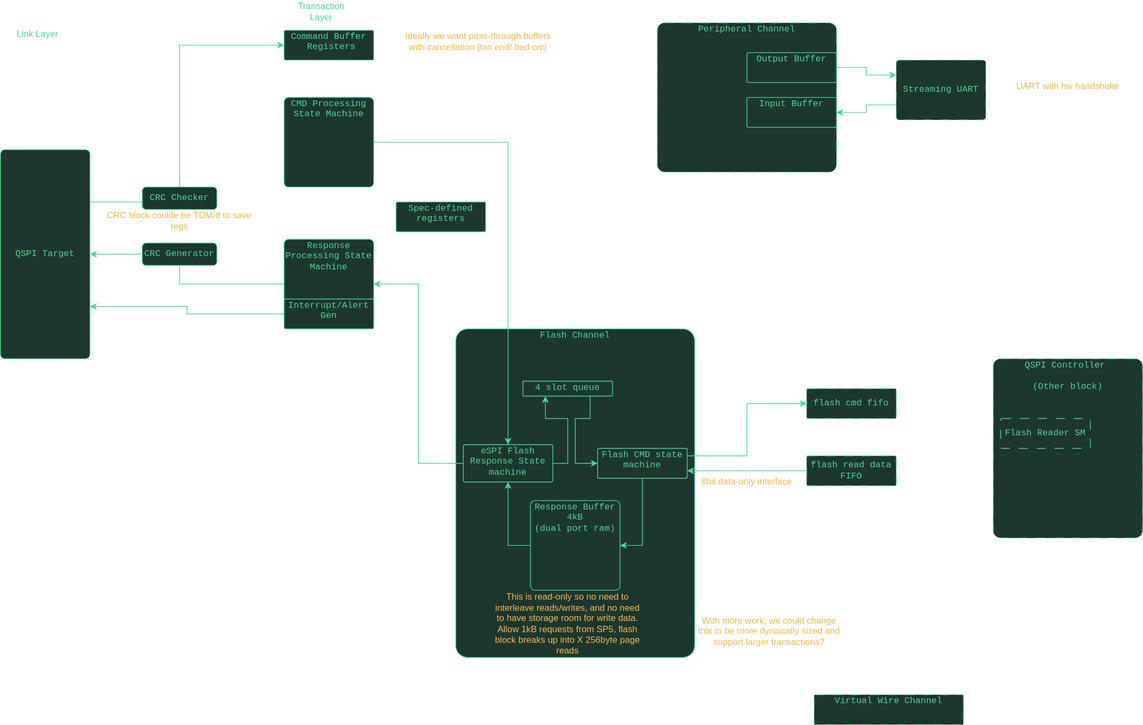
oxidecomputer/quartz keeps this draw.io diagram as hdl/ip/vhd/espi/docs/espi_block.drawio.svg. Above is the earlier version. Source tidied: cells renumbered, new cells last; positions are measured from the earlier drawing's top-left corner, leaving out a move shared by most shapes.
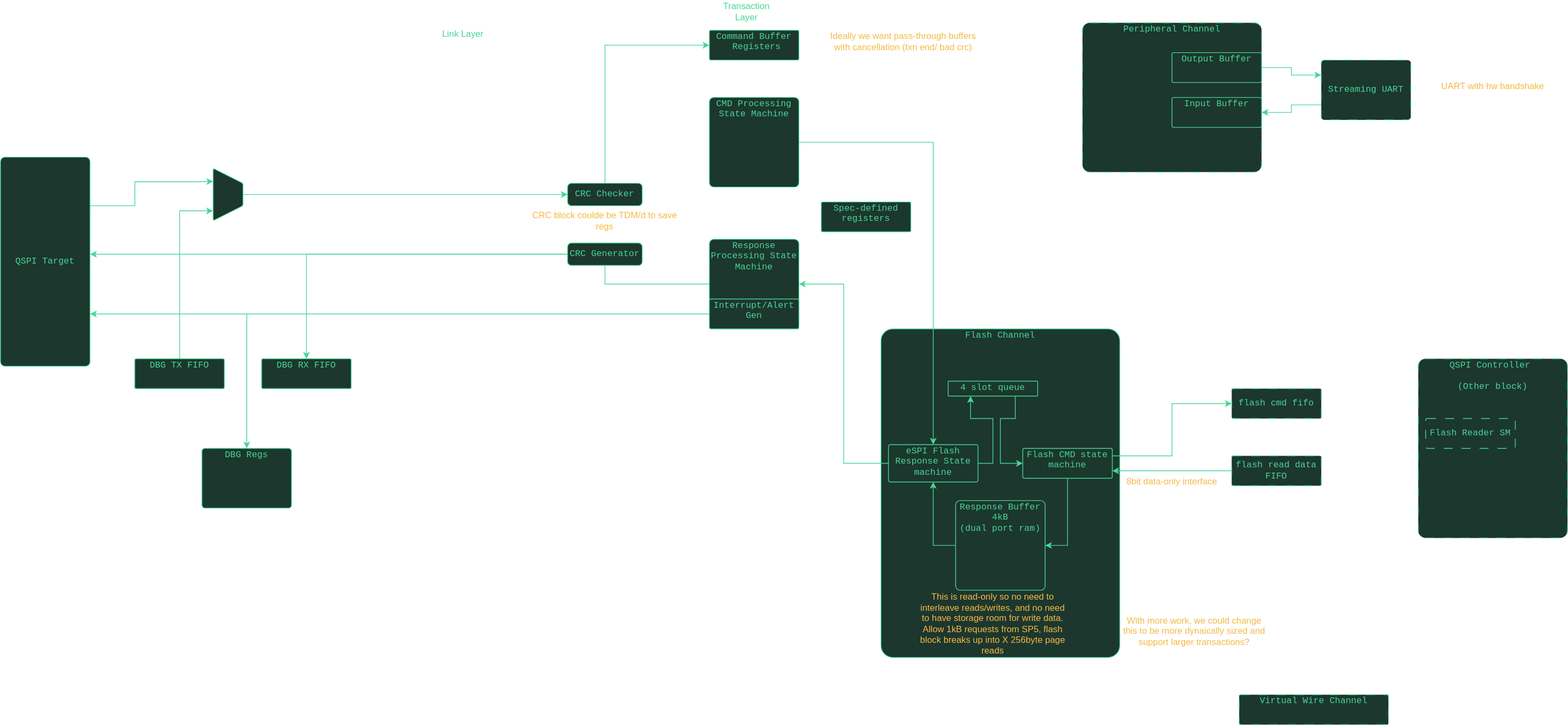
Later version of the same file.

Diff of the diagram source:
```diff
@@ -3,7 +3,7 @@
     <mxCell id="0" />
     <mxCell id="1" parent="0" />
     <mxCell id="2" value="QSPI Target" style="rounded=1;whiteSpace=wrap;html=1;fontFamily=Courier New;verticalAlign=middle;spacing=-3;strokeWidth=1;fillColor=#1C372E;fontColor=#48d597;strokeColor=#48d597;arcSize=5;" parent="1" vertex="1">
-      <mxGeometry y="200" width="120" height="280" as="geometry" />
+      <mxGeometry x="-570" y="210" width="120" height="280" as="geometry" />
     </mxCell>
     <mxCell id="3" value="Command Buffer&lt;div&gt;&amp;nbsp;Registers&lt;/div&gt;" style="rounded=1;whiteSpace=wrap;html=1;fontFamily=Courier New;verticalAlign=top;spacing=-3;strokeWidth=1;fillColor=#1C372E;fontColor=#48d597;strokeColor=#48d597;arcSize=5;labelPosition=center;verticalLabelPosition=middle;align=center;" parent="1" vertex="1">
       <mxGeometry x="380" y="40" width="120" height="40" as="geometry" />
@@ -26,10 +26,9 @@
     <mxCell id="9" value="Transaction Layer" style="text;html=1;align=center;verticalAlign=middle;whiteSpace=wrap;rounded=0;fontColor=#48D597;" parent="1" vertex="1">
       <mxGeometry x="400" width="60" height="30" as="geometry" />
     </mxCell>
-    <mxCell id="10" style="endArrow=classic;startArrow=none;html=1;rounded=0;exitX=1;exitY=0.25;exitDx=0;exitDy=0;entryX=0;entryY=0.5;entryDx=0;entryDy=0;strokeColor=#48D597;startFill=0;edgeStyle=orthogonalEdgeStyle;" parent="1" edge="1" source="2" target="3">
+    <mxCell id="10" style="endArrow=classic;startArrow=none;html=1;rounded=0;exitX=0.5;exitY=0;exitDx=0;exitDy=0;entryX=0;entryY=0.5;entryDx=0;entryDy=0;strokeColor=#48D597;startFill=0;edgeStyle=orthogonalEdgeStyle;" parent="1" edge="1" source="16" target="3">
       <mxGeometry relative="1" as="geometry">
         <Array as="points">
-          <mxPoint x="240" y="270" />
           <mxPoint x="240" y="60" />
         </Array>
       </mxGeometry>
@@ -54,9 +53,6 @@
     <mxCell id="15" value="CRC block coulde be TDM/d to save regs" style="text;html=1;align=center;verticalAlign=middle;whiteSpace=wrap;rounded=0;fontColor=#F5B944;" parent="1" vertex="1">
       <mxGeometry x="140" y="280" width="200" height="30" as="geometry" />
     </mxCell>
-    <mxCell id="16" value="CRC Checker" style="rounded=1;whiteSpace=wrap;html=1;fontFamily=Courier New;verticalAlign=middle;spacing=-3;strokeWidth=1;fillColor=#1C372E;fontColor=#48d597;strokeColor=#48d597;arcSize=17;" parent="1" vertex="1">
-      <mxGeometry x="190" y="250" width="100" height="30" as="geometry" />
-    </mxCell>
     <mxCell id="17" value="Output Buffer" style="rounded=1;whiteSpace=wrap;html=1;fontFamily=Courier New;verticalAlign=top;spacing=-3;strokeWidth=1;fillColor=#1C372E;fontColor=#48d597;strokeColor=#48d597;arcSize=5;labelPosition=center;verticalLabelPosition=middle;align=center;" parent="1" vertex="1">
       <mxGeometry x="1000" y="70" width="120" height="40" as="geometry" />
     </mxCell>
@@ -184,5 +180,60 @@
     <mxCell id="45" value="Interrupt/Alert Gen" style="rounded=1;whiteSpace=wrap;html=1;fontFamily=Courier New;verticalAlign=top;spacing=-3;strokeWidth=1;fillColor=#1C372E;fontColor=#48d597;strokeColor=#48d597;arcSize=5;" parent="1" vertex="1">
       <mxGeometry x="380" y="400" width="120" height="40" as="geometry" />
     </mxCell>
+    <mxCell id="46" value="DBG TX FIFO" style="rounded=1;whiteSpace=wrap;html=1;fontFamily=Courier New;verticalAlign=top;spacing=-3;strokeWidth=1;fillColor=#1C372E;fontColor=#48d597;strokeColor=#48d597;arcSize=5;labelPosition=center;verticalLabelPosition=middle;align=center;" parent="1" vertex="1">
+      <mxGeometry x="-390" y="480" width="120" height="40" as="geometry" />
+    </mxCell>
+    <mxCell id="47" value="DBG RX FIFO" style="rounded=1;whiteSpace=wrap;html=1;fontFamily=Courier New;verticalAlign=top;spacing=-3;strokeWidth=1;fillColor=#1C372E;fontColor=#48d597;strokeColor=#48d597;arcSize=5;labelPosition=center;verticalLabelPosition=middle;align=center;" parent="1" vertex="1">
+      <mxGeometry x="-220" y="480" width="120" height="40" as="geometry" />
+    </mxCell>
+    <mxCell id="48" value="DBG Regs" style="rounded=1;whiteSpace=wrap;html=1;fontFamily=Courier New;verticalAlign=top;spacing=-3;strokeWidth=1;fillColor=#1C372E;fontColor=#48d597;strokeColor=#48d597;arcSize=5;labelPosition=center;verticalLabelPosition=middle;align=center;" parent="1" vertex="1">
+      <mxGeometry x="-300" y="600" width="120" height="80" as="geometry" />
+    </mxCell>
+    <mxCell id="49" style="shape=trapezoid;perimeter=trapezoidPerimeter;whiteSpace=wrap;html=1;fixedSize=1;rounded=1;strokeColor=#48d597;strokeWidth=1;align=center;verticalAlign=top;spacing=-3;arcSize=5;fontFamily=Courier New;fontSize=12;fontColor=#48d597;fillColor=#1C372E;rotation=90;" parent="1" vertex="1">
+      <mxGeometry x="-300" y="240" width="70" height="40" as="geometry" />
+    </mxCell>
+    <mxCell id="50" style="endArrow=classic;startArrow=none;html=1;rounded=0;exitX=0.5;exitY=0;exitDx=0;exitDy=0;entryX=0;entryY=0.5;entryDx=0;entryDy=0;strokeColor=#48D597;startFill=0;edgeStyle=orthogonalEdgeStyle;" parent="1" edge="1" source="49" target="16">
+      <mxGeometry relative="1" as="geometry">
+        <Array as="points">
+          <mxPoint x="-245" y="260" />
+        </Array>
+      </mxGeometry>
+    </mxCell>
+    <mxCell id="16" value="CRC Checker" style="rounded=1;whiteSpace=wrap;html=1;fontFamily=Courier New;verticalAlign=middle;spacing=-3;strokeWidth=1;fillColor=#1C372E;fontColor=#48d597;strokeColor=#48d597;arcSize=17;" parent="1" vertex="1">
+      <mxGeometry x="190" y="245" width="100" height="30" as="geometry" />
+    </mxCell>
+    <mxCell id="51" style="endArrow=classic;startArrow=none;html=1;rounded=0;exitX=1;exitY=0.25;exitDx=0;exitDy=0;strokeColor=#48D597;startFill=0;edgeStyle=orthogonalEdgeStyle;entryX=0.25;entryY=1;entryDx=0;entryDy=0;" parent="1" edge="1" source="2" target="49">
+      <mxGeometry relative="1" as="geometry">
+        <Array as="points">
+          <mxPoint x="-450" y="275" />
+          <mxPoint x="-390" y="275" />
+          <mxPoint x="-390" y="243" />
+          <mxPoint x="-310" y="243" />
+        </Array>
+      </mxGeometry>
+    </mxCell>
+    <mxCell id="52" style="endArrow=classic;startArrow=none;html=1;rounded=0;exitX=0.5;exitY=0;exitDx=0;exitDy=0;entryX=0.813;entryY=1.006;entryDx=0;entryDy=0;strokeColor=#48D597;startFill=0;edgeStyle=orthogonalEdgeStyle;entryPerimeter=0;" parent="1" edge="1" source="46" target="49">
+      <mxGeometry relative="1" as="geometry">
+        <Array as="points">
+          <mxPoint x="-330" y="282" />
+        </Array>
+      </mxGeometry>
+    </mxCell>
+    <mxCell id="53" style="endArrow=classic;startArrow=none;html=1;rounded=0;exitX=0;exitY=0.5;exitDx=0;exitDy=0;entryX=0.5;entryY=0;entryDx=0;entryDy=0;strokeColor=#48D597;startFill=0;edgeStyle=orthogonalEdgeStyle;" parent="1" edge="1" source="14" target="47">
+      <mxGeometry relative="1" as="geometry">
+        <Array as="points">
+          <mxPoint x="-160" y="340" />
+        </Array>
+      </mxGeometry>
+    </mxCell>
+    <mxCell id="54" style="endArrow=classic;startArrow=none;html=1;rounded=0;entryX=0.5;entryY=0;entryDx=0;entryDy=0;strokeColor=#48D597;startFill=0;edgeStyle=orthogonalEdgeStyle;" parent="1" edge="1" target="48">
+      <mxGeometry relative="1" as="geometry">
+        <mxPoint x="-240" y="420" as="sourcePoint" />
+        <Array as="points">
+          <mxPoint x="-240" y="470" />
+          <mxPoint x="-240" y="470" />
+        </Array>
+      </mxGeometry>
+    </mxCell>
   </root>
 </mxGraphModel>
```
